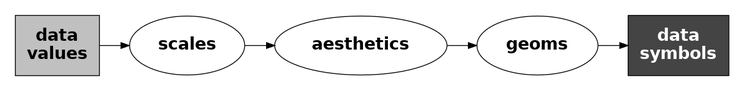
The Graphviz diagram Diagrams/data-scale-aes-geom-sym.png in pmur002/hdvw, before a commit. Its source is kept beside it as Diagrams/data-scale-aes-geom-sym.dot. The source it was exported from:
```dot
digraph {
  graph [ rankdir=LR; margin=.2; nodesep=.5 ];
  node [ fontsize=20; fontname="sans bold"; margin=.2 ];
  data [ label="data\nvalues"; shape=box; style=filled; fillcolor=gray ]
  scale [ label="scales"; shape=ellipse; ]
  aes [ label="aesthetics"; shape=ellipse; ]
  geom [ label="geoms"; shape=ellipse; ]
  sym [ label="data\nsymbols"; shape=box;
        style=filled; fillcolor="#444444"; fontcolor=white ]
  data -> scale
  scale -> aes
  aes -> geom
  geom -> sym
}
```
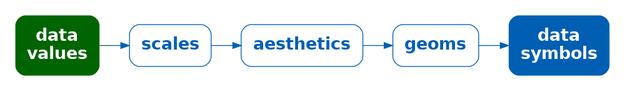
The same file after the commit.

Diff of the diagram source:
```diff
@@ -1,14 +1,14 @@
 digraph {
   graph [ rankdir=LR; margin=.2; nodesep=.5 ];
   node [ fontsize=20; fontname="sans bold"; margin=.2 ];
-  data [ label="data\nvalues"; shape=box; style=filled; fillcolor=gray ]
-  scale [ label="scales"; shape=ellipse; ]
-  aes [ label="aesthetics"; shape=ellipse; ]
-  geom [ label="geoms"; shape=ellipse; ]
+  data [ label="data\nvalues"; shape=box; style="filled, rounded"; penwidth=0; fontcolor=white; fillcolor="#006400" ]
+  scale [ label="scales"; shape=box; style=rounded; color="#005FB2"; fontcolor="#005FB2" ]
+  aes [ label="aesthetics"; shape=box; style=rounded; color="#005FB2"; fontcolor="#005FB2" ]
+  geom [ label="geoms"; shape=box; style=rounded; color="#005FB2"; fontcolor="#005FB2" ]
   sym [ label="data\nsymbols"; shape=box;
-        style=filled; fillcolor="#444444"; fontcolor=white ]
-  data -> scale
-  scale -> aes
-  aes -> geom
-  geom -> sym
+     style="filled, rounded"; penwidth=0; fontcolor=white; fillcolor="#005FB2" ]
+  data -> scale [ color="#006400;0.1:#006314;0.1:#006328;0.1:#00623B;0.1:#00624F;0.1:#006163;0.1:#006177;0.1:#00608A;0.1:#00609E;0.1:#005FB2;0.1" ]
+  scale -> aes [ color="#005FB2" ]
+  aes -> geom [ color="#005FB2" ]
+  geom -> sym [ color="#005FB2" ]
 }
```
